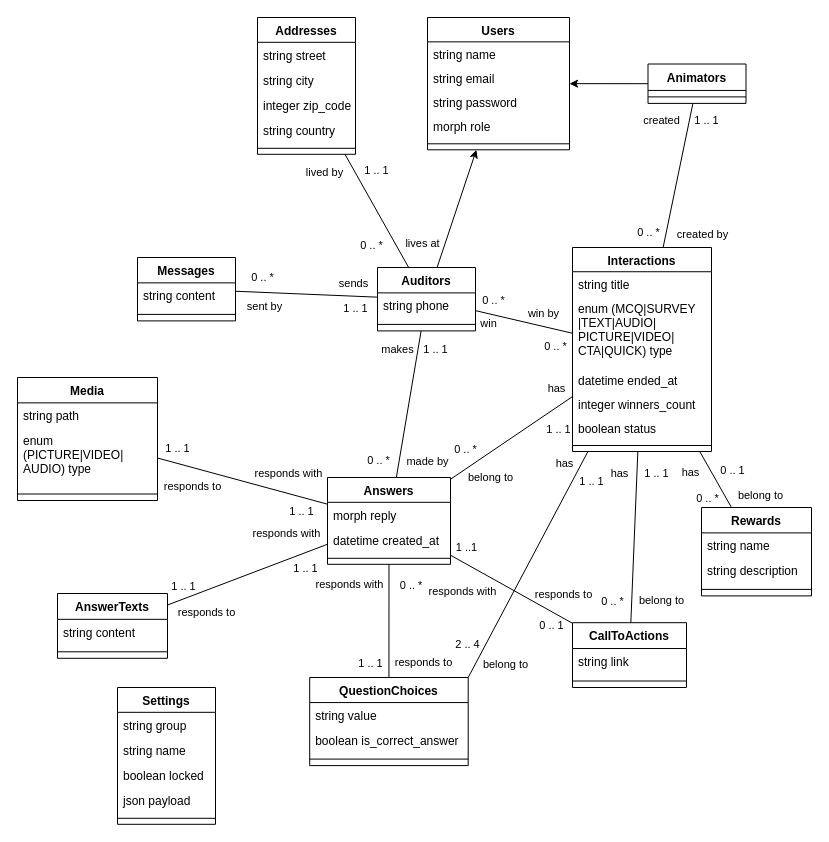
This is docs/Wiki/Backend/database/diagramme_de_classe.drawio from C-Super/couleur3, a draw.io file, before an edit. Source tidied: cells renumbered, new cells numbered last; positions are measured from the earlier drawing's top-left corner, leaving out a move shared by most shapes. Both pictures are drawn from the tidied source at 100%, with x=0, y=0 at pixel (17, 17).
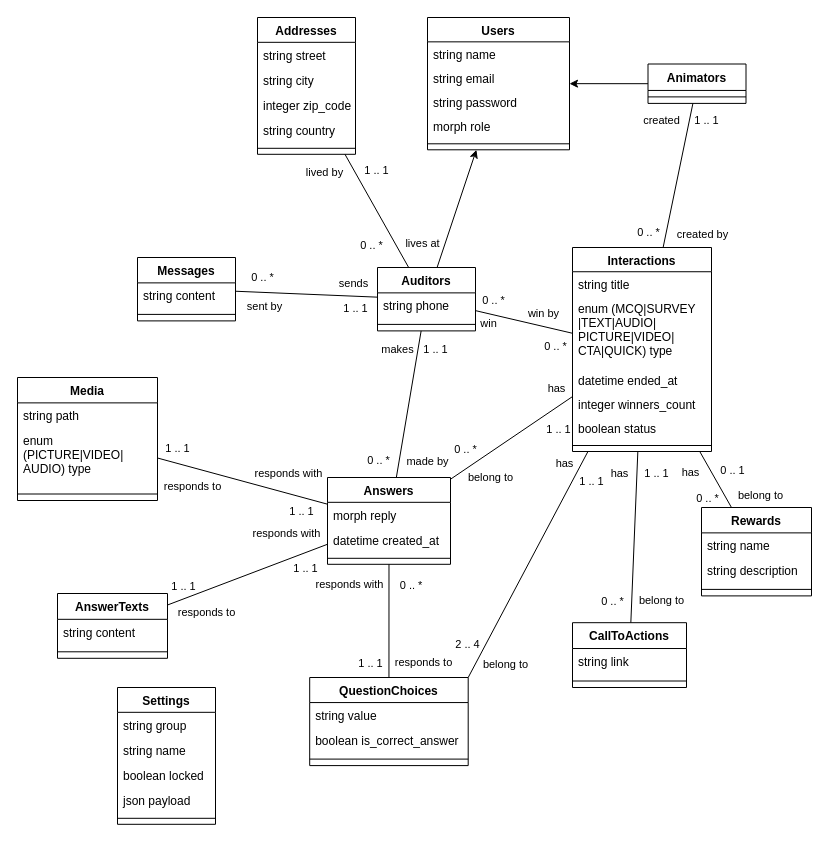
After the change.

Commit message (it also covers changes not shown here):
modification diagrammes bd

Unchanged cells that the change refers to:
```xml
<mxCell id="38" value="CallToActions" style="swimlane;fontStyle=1;align=center;verticalAlign=top;horizontal=1;startSize=25.818181818181817;" parent="1" vertex="1">
  <mxGeometry x="555" y="605.2" width="114" height="64.8" as="geometry" />
</mxCell>
<mxCell id="55" value="Answers" style="swimlane;fontStyle=1;align=center;verticalAlign=top;horizontal=1;startSize=24.823529411764707;" parent="1" vertex="1">
  <mxGeometry x="310" y="460" width="123" height="86.8" as="geometry" />
</mxCell>
```

The edit, as a diff of the source:
```diff
@@
-    <mxCell id="119" style="rounded=0;jettySize=auto;html=1;endArrow=none;endFill=0;" parent="1" edge="1" source="55" target="38">
-      <mxGeometry relative="1" as="geometry" />
-    </mxCell>
-    <mxCell id="120" value="responds with" style="edgeLabel;html=1;align=center;verticalAlign=middle;" parent="119" vertex="1">
-      <mxGeometry x="-0.67" y="1" relative="1" as="geometry">
-        <mxPoint x="-9" y="25" as="offset" />
-      </mxGeometry>
-    </mxCell>
-    <mxCell id="121" value="1 ..1" style="edgeLabel;html=1;align=center;verticalAlign=middle;" parent="119" vertex="1">
-      <mxGeometry x="-0.76" y="1" relative="1" as="geometry">
-        <mxPoint y="-16" as="offset" />
-      </mxGeometry>
-    </mxCell>
-    <mxCell id="122" value="responds to" style="edgeLabel;html=1;align=center;verticalAlign=middle;" parent="119" vertex="1">
-      <mxGeometry x="0.81" relative="1" as="geometry">
-        <mxPoint x="2" y="-23" as="offset" />
-      </mxGeometry>
-    </mxCell>
-    <mxCell id="123" value="0 .. 1" style="edgeLabel;html=1;align=center;verticalAlign=middle;" parent="119" vertex="1">
-      <mxGeometry x="0.62" relative="1" as="geometry">
-        <mxPoint x="2" y="15" as="offset" />
-      </mxGeometry>
-    </mxCell>
```
